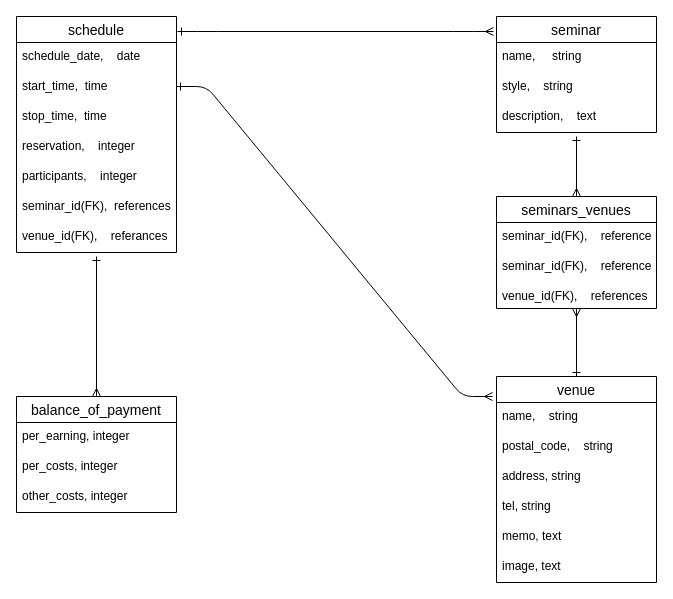
Above: db.dio in mc-nakayama/semimane (draw.io), before the change. Source tidied: cells renumbered, new cells numbered last; positions are measured from the earlier drawing's top-left corner, leaving out a move shared by most shapes. Both pictures are drawn from the tidied source at 100%, with x=0, y=0 at pixel (16, 16).
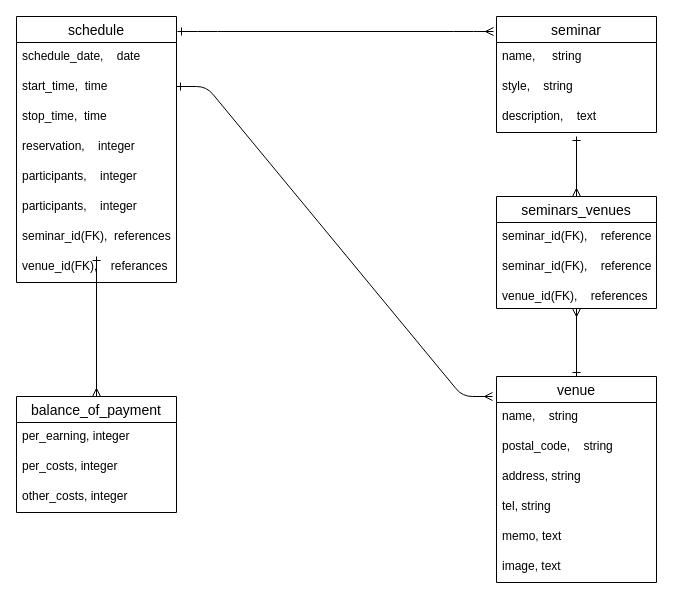
After the change.

Change to the diagram source:
```diff
@@
     <mxCell id="2" value="schedule" style="swimlane;fontStyle=0;horizontal=1;startSize=26;align=center;fontSize=14;" parent="1" vertex="1">
-      <mxGeometry width="160" height="236" as="geometry" />
+      <mxGeometry width="160" height="266" as="geometry" />
     </mxCell>
@@
+    <mxCell id="34" value="participants,    integer&#10;" style="text;strokeColor=none;fillColor=none;spacingLeft=4;spacingRight=4;overflow=hidden;fontSize=12;" parent="2" vertex="1">
+      <mxGeometry y="176" width="160" height="30" as="geometry" />
+    </mxCell>
     <mxCell id="8" value="seminar_id(FK),  references&#10;" style="text;strokeColor=none;fillColor=none;spacingLeft=4;spacingRight=4;overflow=hidden;fontSize=12;" parent="2" vertex="1">
-      <mxGeometry y="176" width="160" height="30" as="geometry" />
+      <mxGeometry y="206" width="160" height="30" as="geometry" />
     </mxCell>
     <mxCell id="9" value="venue_id(FK),    referances" style="text;strokeColor=none;fillColor=none;spacingLeft=4;spacingRight=4;overflow=hidden;fontSize=12;" parent="2" vertex="1">
-      <mxGeometry y="206" width="160" height="30" as="geometry" />
+      <mxGeometry y="236" width="160" height="30" as="geometry" />
     </mxCell>
```
